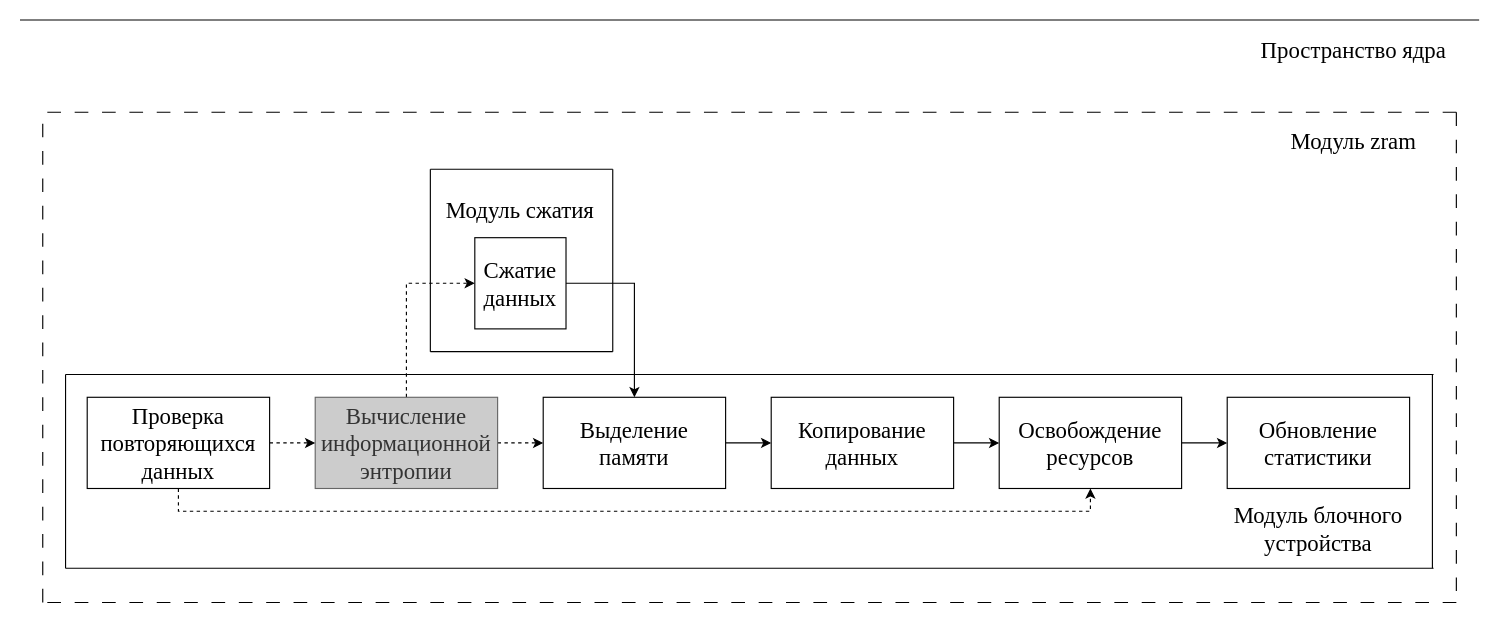
Before: docs/diploma/schemes/horizontal-structure.drawio in hamzreg/bmstu-diploma, a draw.io diagram. Source tidied: cells renumbered, new cells numbered last; positions are measured from the earlier drawing's top-left corner, leaving out a move shared by most shapes. Both pictures are drawn from the tidied source at 114%, with x=0, y=0 at pixel (19, 19).
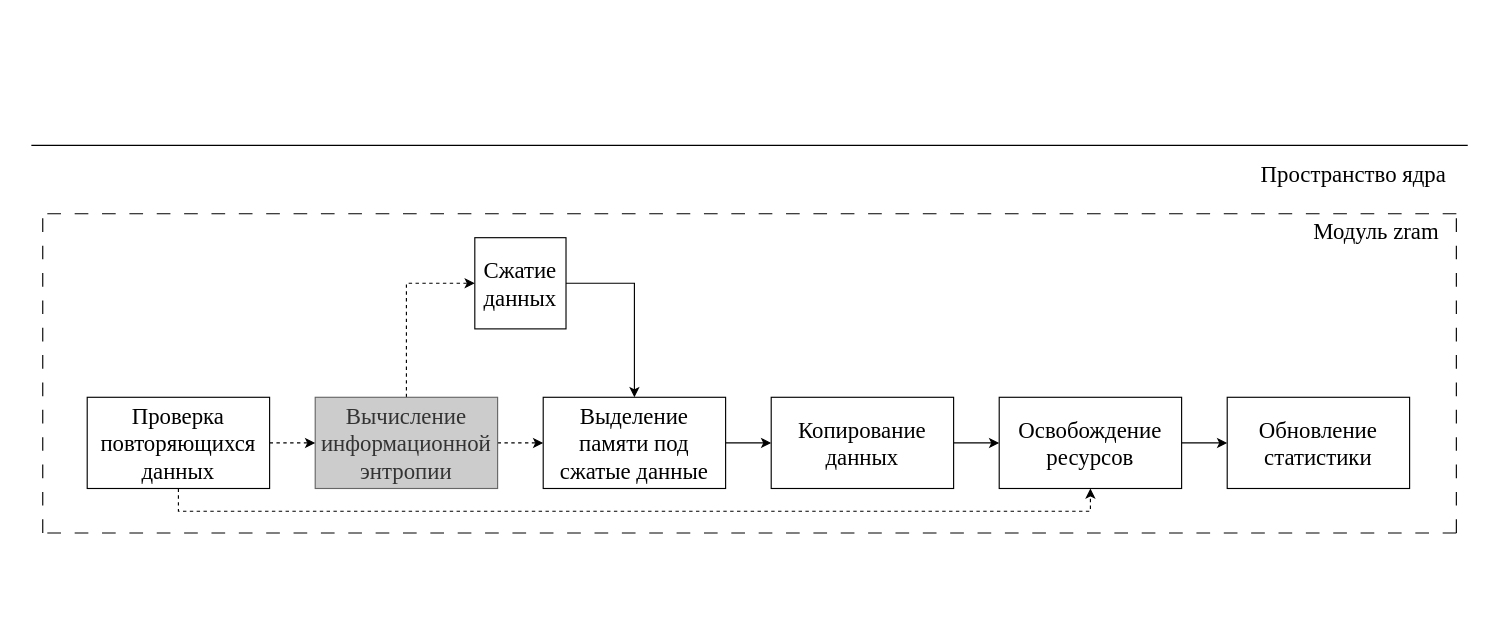
Above is the later version.

Diff of the diagram source:
```diff
@@
     <mxCell id="2" value="Пространство ядра" style="text;html=1;strokeColor=none;fillColor=none;align=center;verticalAlign=middle;whiteSpace=wrap;rounded=0;fontFamily=Times New Roman;fontSize=20;" parent="1" vertex="1">
-      <mxGeometry x="1080" y="11" width="180" height="30" as="geometry" />
+      <mxGeometry x="1080" y="120" width="180" height="30" as="geometry" />
     </mxCell>
     <mxCell id="3" value="Модуль zram" style="text;html=1;strokeColor=none;fillColor=none;align=center;verticalAlign=middle;whiteSpace=wrap;rounded=0;fontFamily=Times New Roman;fontSize=20;" parent="1" vertex="1">
-      <mxGeometry x="1100" y="91" width="140" height="30" as="geometry" />
+      <mxGeometry x="1120" y="170" width="140" height="30" as="geometry" />
     </mxCell>
-    <mxCell id="4" value="Модуль сжатия" style="text;html=1;strokeColor=none;fillColor=none;align=center;verticalAlign=middle;whiteSpace=wrap;rounded=0;fontFamily=Times New Roman;fontSize=20;" parent="1" vertex="1">
-      <mxGeometry x="371" y="151" width="136" height="30" as="geometry" />
-    </mxCell>
-    <mxCell id="5" style="endArrow=none;html=1;rounded=0;" parent="1" edge="1">
-      <mxGeometry relative="1" as="geometry">
-        <mxPoint x="360" y="291" as="sourcePoint" />
-        <mxPoint x="360" y="131" as="targetPoint" />
-      </mxGeometry>
-    </mxCell>
-    <mxCell id="6" style="endArrow=none;html=1;rounded=0;" parent="1" edge="1">
-      <mxGeometry relative="1" as="geometry">
-        <mxPoint x="520" y="131" as="sourcePoint" />
-        <mxPoint x="360" y="131" as="targetPoint" />
-      </mxGeometry>
-    </mxCell>
-    <mxCell id="7" style="endArrow=none;html=1;rounded=0;" parent="1" edge="1">
-      <mxGeometry relative="1" as="geometry">
-        <mxPoint x="520" y="291" as="sourcePoint" />
-        <mxPoint x="520" y="131" as="targetPoint" />
-      </mxGeometry>
-    </mxCell>
@@
-    <mxCell id="11" value="Модуль блочного устройства" style="text;html=1;strokeColor=none;fillColor=none;align=center;verticalAlign=middle;whiteSpace=wrap;rounded=0;fontFamily=Times New Roman;fontSize=20;" parent="1" vertex="1">
-      <mxGeometry x="1059" y="431" width="160" height="30" as="geometry" />
-    </mxCell>
     <mxCell id="12" style="endArrow=none;html=1;rounded=0;" parent="1" edge="1">
       <mxGeometry relative="1" as="geometry">
-        <mxPoint x="1280" as="sourcePoint" />
-        <mxPoint as="targetPoint" />
+        <mxPoint x="1270" y="110" as="sourcePoint" />
+        <mxPoint x="10" y="110" as="targetPoint" />
       </mxGeometry>
     </mxCell>
@@
-    <mxCell id="24" value="Выделение &lt;br style=&quot;font-size: 20px;&quot;&gt;памяти" style="rounded=0;whiteSpace=wrap;html=1;fontFamily=Times New Roman;fontSize=20;" parent="1" vertex="1">
+    <mxCell id="24" value="Выделение &lt;br style=&quot;font-size: 20px;&quot;&gt;памяти под сжатые данные" style="rounded=0;whiteSpace=wrap;html=1;fontFamily=Times New Roman;fontSize=20;" parent="1" vertex="1">
       <mxGeometry x="459" y="331" width="160" height="80" as="geometry" />
     </mxCell>
-    <mxCell id="25" style="endArrow=none;html=1;rounded=0;" parent="1" edge="1">
-      <mxGeometry relative="1" as="geometry">
-        <mxPoint x="40" y="481" as="sourcePoint" />
-        <mxPoint x="1240" y="481" as="targetPoint" />
-      </mxGeometry>
-    </mxCell>
-    <mxCell id="26" style="endArrow=none;html=1;rounded=0;" parent="1" edge="1">
-      <mxGeometry relative="1" as="geometry">
-        <mxPoint x="1239" y="481" as="sourcePoint" />
-        <mxPoint x="1239" y="311" as="targetPoint" />
-      </mxGeometry>
-    </mxCell>
     <mxCell id="27" style="endArrow=none;dashed=1;html=1;rounded=0;endSize=6;strokeWidth=1;dashPattern=12 12;" parent="1" edge="1">
       <mxGeometry relative="1" as="geometry">
-        <mxPoint x="1260" y="81" as="sourcePoint" />
-        <mxPoint x="20" y="81" as="targetPoint" />
+        <mxPoint x="1260" y="170" as="sourcePoint" />
+        <mxPoint x="20" y="170" as="targetPoint" />
       </mxGeometry>
     </mxCell>
     <mxCell id="28" style="endArrow=none;dashed=1;html=1;rounded=0;endSize=6;strokeWidth=1;dashPattern=12 12;" parent="1" edge="1">
       <mxGeometry relative="1" as="geometry">
-        <mxPoint x="1260" y="501" as="sourcePoint" />
-        <mxPoint x="1260" y="71" as="targetPoint" />
+        <mxPoint x="1260" y="450" as="sourcePoint" />
+        <mxPoint x="1260" y="170" as="targetPoint" />
       </mxGeometry>
     </mxCell>
-    <mxCell id="29" style="endArrow=none;html=1;rounded=0;" parent="1" edge="1">
-      <mxGeometry relative="1" as="geometry">
-        <mxPoint x="40" y="481" as="sourcePoint" />
-        <mxPoint x="40" y="311" as="targetPoint" />
-      </mxGeometry>
-    </mxCell>
-    <mxCell id="30" style="endArrow=none;html=1;rounded=0;" parent="1" edge="1">
-      <mxGeometry relative="1" as="geometry">
-        <mxPoint x="40" y="311" as="sourcePoint" />
-        <mxPoint x="1240" y="311" as="targetPoint" />
-      </mxGeometry>
-    </mxCell>
-    <mxCell id="31" style="endArrow=none;html=1;rounded=0;" parent="1" edge="1">
-      <mxGeometry relative="1" as="geometry">
-        <mxPoint x="520" y="291" as="sourcePoint" />
-        <mxPoint x="360" y="291" as="targetPoint" />
-      </mxGeometry>
-    </mxCell>
     <mxCell id="32" style="endArrow=none;dashed=1;html=1;rounded=0;endSize=6;strokeWidth=1;dashPattern=12 12;" parent="1" edge="1">
       <mxGeometry relative="1" as="geometry">
-        <mxPoint x="20" y="511" as="sourcePoint" />
-        <mxPoint x="20" y="81" as="targetPoint" />
+        <mxPoint x="20" y="450" as="sourcePoint" />
+        <mxPoint x="20" y="170" as="targetPoint" />
       </mxGeometry>
     </mxCell>
     <mxCell id="33" style="endArrow=none;dashed=1;html=1;rounded=0;endSize=6;strokeWidth=1;dashPattern=12 12;" parent="1" edge="1">
       <mxGeometry relative="1" as="geometry">
-        <mxPoint x="1260" y="511" as="sourcePoint" />
-        <mxPoint x="20" y="511" as="targetPoint" />
+        <mxPoint x="1260" y="450" as="sourcePoint" />
+        <mxPoint x="20" y="450" as="targetPoint" />
       </mxGeometry>
     </mxCell>
```
